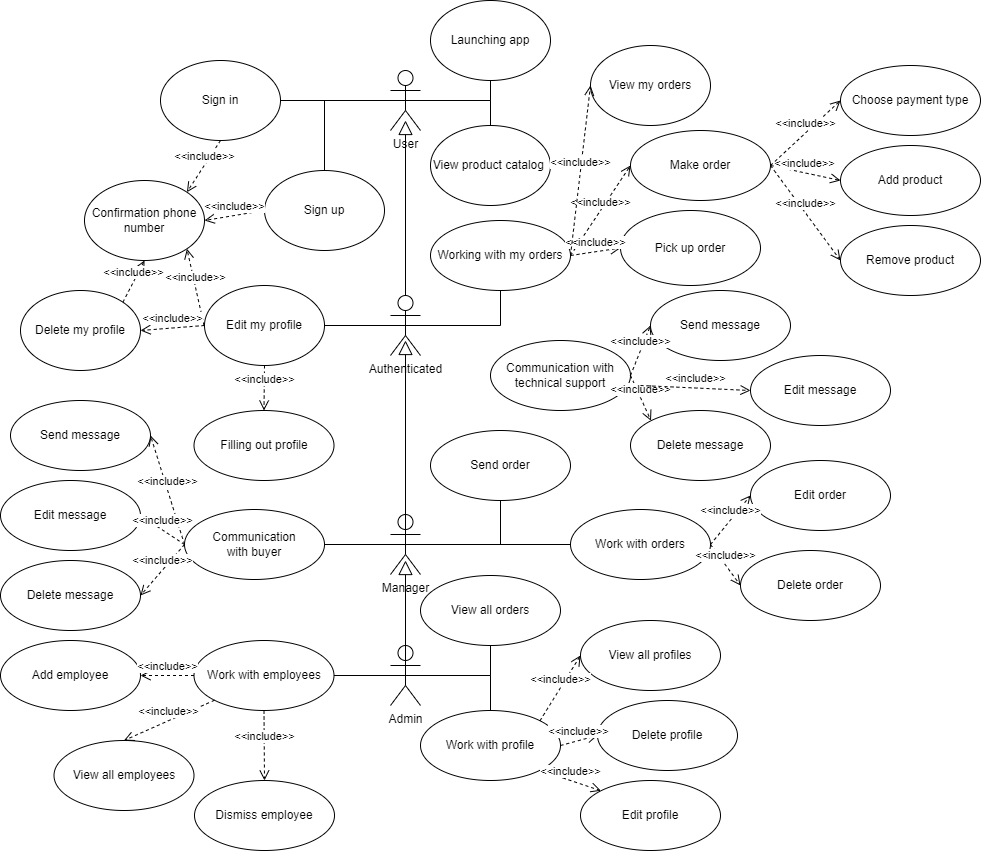
JustKingYT1/demo_app keeps this draw.io diagram as docs/uml/shesterochka.drawio.png. Above is the earlier version. Source tidied: cells renumbered, new cells last; positions are measured from the earlier drawing's top-left corner, leaving out a move shared by most shapes.
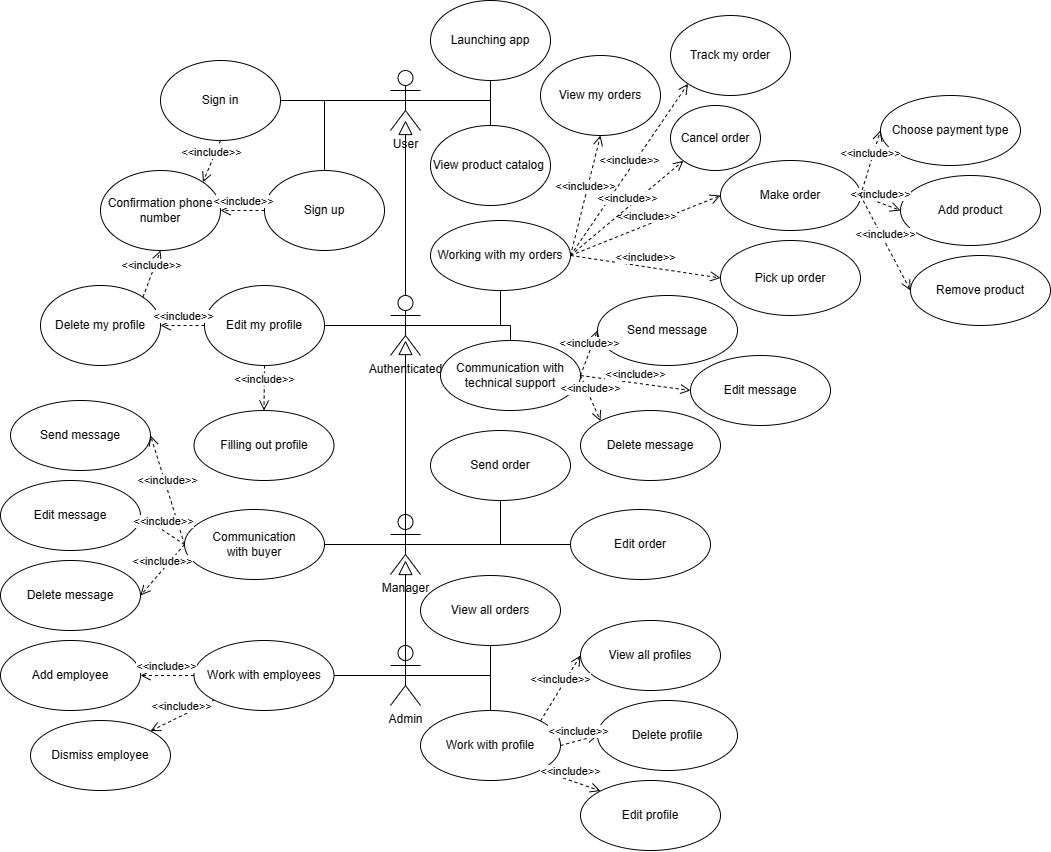
Later version of the same file.

Change to the diagram source:
```diff
@@ -12,7 +12,7 @@
       <mxGeometry x="264" y="170" width="120" height="80" as="geometry" />
     </mxCell>
     <mxCell id="5" value="View my orders" style="ellipse;whiteSpace=wrap;html=1;" parent="1" vertex="1">
-      <mxGeometry x="590" y="45" width="120" height="80" as="geometry" />
+      <mxGeometry x="540" y="55" width="120" height="80" as="geometry" />
     </mxCell>
     <mxCell id="6" value="Launching app" style="ellipse;whiteSpace=wrap;html=1;" parent="1" vertex="1">
       <mxGeometry x="430" width="120" height="80" as="geometry" />
@@ -21,7 +21,7 @@
       <mxGeometry x="204" y="285" width="120" height="80" as="geometry" />
     </mxCell>
     <mxCell id="8" value="Confirmation phone number" style="ellipse;whiteSpace=wrap;html=1;" parent="1" vertex="1">
-      <mxGeometry x="84" y="180" width="120" height="80" as="geometry" />
+      <mxGeometry x="100" y="170" width="120" height="80" as="geometry" />
     </mxCell>
     <mxCell id="9" value="View product catalog&amp;nbsp;" style="ellipse;whiteSpace=wrap;html=1;" parent="1" vertex="1">
       <mxGeometry x="430" y="125" width="120" height="80" as="geometry" />
@@ -36,13 +36,13 @@
       <mxGeometry relative="1" as="geometry" />
     </mxCell>
     <mxCell id="13" value="Make order" style="ellipse;whiteSpace=wrap;html=1;" parent="1" vertex="1">
-      <mxGeometry x="630" y="130" width="140" height="70" as="geometry" />
+      <mxGeometry x="720" y="160" width="140" height="70" as="geometry" />
     </mxCell>
     <mxCell id="14" value="Add product" style="ellipse;whiteSpace=wrap;html=1;" parent="1" vertex="1">
-      <mxGeometry x="840" y="145" width="140" height="70" as="geometry" />
+      <mxGeometry x="900" y="175" width="140" height="70" as="geometry" />
     </mxCell>
     <mxCell id="15" value="Remove product" style="ellipse;whiteSpace=wrap;html=1;" parent="1" vertex="1">
-      <mxGeometry x="840" y="225" width="140" height="70" as="geometry" />
+      <mxGeometry x="910" y="255" width="140" height="70" as="geometry" />
     </mxCell>
     <mxCell id="16" value="&amp;lt;&amp;lt;include&amp;gt;&amp;gt;" style="html=1;verticalAlign=bottom;endArrow=open;dashed=1;endSize=8;curved=0;rounded=0;exitX=1;exitY=0.5;exitDx=0;exitDy=0;entryX=0;entryY=0.5;entryDx=0;entryDy=0;" parent="1" edge="1" source="13" target="14">
       <mxGeometry relative="1" as="geometry" />
@@ -50,11 +50,6 @@
     <mxCell id="17" value="&amp;lt;&amp;lt;include&amp;gt;&amp;gt;" style="html=1;verticalAlign=bottom;endArrow=open;dashed=1;endSize=8;curved=0;rounded=0;exitX=1;exitY=0.5;exitDx=0;exitDy=0;entryX=0;entryY=0.5;entryDx=0;entryDy=0;" parent="1" edge="1" source="13" target="15">
       <mxGeometry relative="1" as="geometry" />
     </mxCell>
-    <mxCell id="18" value="&amp;lt;&amp;lt;include&amp;gt;&amp;gt;" style="html=1;verticalAlign=bottom;endArrow=open;dashed=1;endSize=8;curved=0;rounded=0;exitX=0;exitY=0.5;exitDx=0;exitDy=0;entryX=1;entryY=1;entryDx=0;entryDy=0;" parent="1" edge="1" target="8">
-      <mxGeometry relative="1" as="geometry">
-        <mxPoint x="203.5" y="325" as="sourcePoint" />
-      </mxGeometry>
-    </mxCell>
     <mxCell id="19" value="Filling out profile" style="ellipse;whiteSpace=wrap;html=1;" parent="1" vertex="1">
       <mxGeometry x="193.5" y="410" width="140" height="70" as="geometry" />
     </mxCell>
@@ -62,7 +57,7 @@
       <mxGeometry relative="1" as="geometry" />
     </mxCell>
     <mxCell id="21" value="Choose payment type" style="ellipse;whiteSpace=wrap;html=1;" parent="1" vertex="1">
-      <mxGeometry x="840" y="65" width="140" height="70" as="geometry" />
+      <mxGeometry x="880" y="95" width="140" height="70" as="geometry" />
     </mxCell>
     <mxCell id="22" value="&amp;lt;&amp;lt;include&amp;gt;&amp;gt;" style="html=1;verticalAlign=bottom;endArrow=open;dashed=1;endSize=8;curved=0;rounded=0;entryX=0;entryY=0.5;entryDx=0;entryDy=0;exitX=1;exitY=0.5;exitDx=0;exitDy=0;" parent="1" edge="1" source="13" target="21">
       <mxGeometry relative="1" as="geometry" />
@@ -74,13 +69,13 @@
       <mxGeometry relative="1" as="geometry" />
     </mxCell>
     <mxCell id="25" value="Pick up order" style="ellipse;whiteSpace=wrap;html=1;" parent="1" vertex="1">
-      <mxGeometry x="620" y="210" width="140" height="75" as="geometry" />
+      <mxGeometry x="720" y="240" width="140" height="75" as="geometry" />
     </mxCell>
     <mxCell id="26" value="&amp;lt;&amp;lt;include&amp;gt;&amp;gt;" style="html=1;verticalAlign=bottom;endArrow=open;dashed=1;endSize=8;curved=0;rounded=0;exitX=1;exitY=0.5;exitDx=0;exitDy=0;entryX=0;entryY=0.5;entryDx=0;entryDy=0;" parent="1" edge="1" source="23" target="25">
       <mxGeometry relative="1" as="geometry" />
     </mxCell>
     <mxCell id="27" value="Сommunication with technical support" style="ellipse;whiteSpace=wrap;html=1;" parent="1" vertex="1">
-      <mxGeometry x="490" y="340" width="140" height="70" as="geometry" />
+      <mxGeometry x="440" y="340" width="140" height="70" as="geometry" />
     </mxCell>
     <mxCell id="28" value="Manager" style="shape=umlActor;verticalLabelPosition=bottom;verticalAlign=top;html=1;" parent="1" vertex="1">
       <mxGeometry x="390" y="514" width="30" height="60" as="geometry" />
@@ -89,13 +84,13 @@
       <mxGeometry x="430" y="430" width="140" height="70" as="geometry" />
     </mxCell>
     <mxCell id="30" value="Send message" style="ellipse;whiteSpace=wrap;html=1;" parent="1" vertex="1">
-      <mxGeometry x="650" y="290" width="140" height="70" as="geometry" />
+      <mxGeometry x="597" y="295" width="140" height="70" as="geometry" />
     </mxCell>
     <mxCell id="31" value="&amp;lt;&amp;lt;include&amp;gt;&amp;gt;" style="html=1;verticalAlign=bottom;endArrow=open;dashed=1;endSize=8;curved=0;rounded=0;exitX=1;exitY=0.5;exitDx=0;exitDy=0;entryX=0;entryY=0.5;entryDx=0;entryDy=0;" parent="1" edge="1" source="27" target="30">
       <mxGeometry relative="1" as="geometry" />
     </mxCell>
     <mxCell id="32" value="Delete message" style="ellipse;whiteSpace=wrap;html=1;" parent="1" vertex="1">
-      <mxGeometry x="630" y="410" width="140" height="70" as="geometry" />
+      <mxGeometry x="580" y="410" width="140" height="70" as="geometry" />
     </mxCell>
     <mxCell id="33" value="&amp;lt;&amp;lt;include&amp;gt;&amp;gt;" style="html=1;verticalAlign=bottom;endArrow=open;dashed=1;endSize=8;curved=0;rounded=0;exitX=1;exitY=0.5;exitDx=0;exitDy=0;entryX=0;entryY=0;entryDx=0;entryDy=0;" parent="1" edge="1" source="27" target="32">
       <mxGeometry relative="1" as="geometry" />
@@ -128,34 +123,19 @@
       <mxGeometry y="640" width="140" height="70" as="geometry" />
     </mxCell>
     <mxCell id="43" value="Dismiss employee" style="ellipse;whiteSpace=wrap;html=1;" parent="1" vertex="1">
-      <mxGeometry x="194" y="780" width="140" height="70" as="geometry" />
+      <mxGeometry x="30" y="720" width="140" height="70" as="geometry" />
     </mxCell>
     <mxCell id="44" value="&amp;lt;&amp;lt;include&amp;gt;&amp;gt;" style="html=1;verticalAlign=bottom;endArrow=open;dashed=1;endSize=8;curved=0;rounded=0;exitX=0;exitY=0.5;exitDx=0;exitDy=0;entryX=1;entryY=0.5;entryDx=0;entryDy=0;" parent="1" edge="1" source="41" target="42">
       <mxGeometry relative="1" as="geometry" />
     </mxCell>
-    <mxCell id="45" value="&amp;lt;&amp;lt;include&amp;gt;&amp;gt;" style="html=1;verticalAlign=bottom;endArrow=open;dashed=1;endSize=8;curved=0;rounded=0;exitX=0.5;exitY=1;exitDx=0;exitDy=0;entryX=0.5;entryY=0;entryDx=0;entryDy=0;" parent="1" edge="1" source="41" target="43">
+    <mxCell id="45" value="&amp;lt;&amp;lt;include&amp;gt;&amp;gt;" style="html=1;verticalAlign=bottom;endArrow=open;dashed=1;endSize=8;curved=0;rounded=0;exitX=0;exitY=1;exitDx=0;exitDy=0;entryX=1;entryY=0;entryDx=0;entryDy=0;" parent="1" edge="1" source="41" target="43">
       <mxGeometry relative="1" as="geometry" />
     </mxCell>
-    <mxCell id="46" value="View all employees" style="ellipse;whiteSpace=wrap;html=1;" parent="1" vertex="1">
-      <mxGeometry x="53.5" y="740" width="140" height="70" as="geometry" />
-    </mxCell>
-    <mxCell id="47" value="&amp;lt;&amp;lt;include&amp;gt;&amp;gt;" style="html=1;verticalAlign=bottom;endArrow=open;dashed=1;endSize=8;curved=0;rounded=0;exitX=0;exitY=1;exitDx=0;exitDy=0;entryX=0.5;entryY=0;entryDx=0;entryDy=0;" parent="1" edge="1" source="41" target="46">
-      <mxGeometry relative="1" as="geometry" />
-    </mxCell>
-    <mxCell id="48" value="Delete order" style="ellipse;whiteSpace=wrap;html=1;" parent="1" vertex="1">
-      <mxGeometry x="740" y="550" width="140" height="70" as="geometry" />
-    </mxCell>
-    <mxCell id="49" value="Work with orders" style="ellipse;whiteSpace=wrap;html=1;" parent="1" vertex="1">
-      <mxGeometry x="570" y="509" width="140" height="70" as="geometry" />
-    </mxCell>
-    <mxCell id="50" value="&amp;lt;&amp;lt;include&amp;gt;&amp;gt;" style="html=1;verticalAlign=bottom;endArrow=open;dashed=1;endSize=8;curved=0;rounded=0;exitX=1;exitY=0.5;exitDx=0;exitDy=0;entryX=0;entryY=0.5;entryDx=0;entryDy=0;" parent="1" edge="1" source="49" target="48">
-      <mxGeometry relative="1" as="geometry" />
-    </mxCell>
-    <mxCell id="51" value="&amp;lt;&amp;lt;include&amp;gt;&amp;gt;" style="html=1;verticalAlign=bottom;endArrow=open;dashed=1;endSize=8;curved=0;rounded=0;exitX=1;exitY=0.5;exitDx=0;exitDy=0;entryX=0;entryY=0.5;entryDx=0;entryDy=0;" parent="1" edge="1" source="23" target="5">
+    <mxCell id="51" value="&amp;lt;&amp;lt;include&amp;gt;&amp;gt;" style="html=1;verticalAlign=bottom;endArrow=open;dashed=1;endSize=8;curved=0;rounded=0;exitX=1;exitY=0.5;exitDx=0;exitDy=0;entryX=0.5;entryY=1;entryDx=0;entryDy=0;" parent="1" edge="1" source="23" target="5">
       <mxGeometry relative="1" as="geometry" />
     </mxCell>
     <mxCell id="52" value="Edit order" style="ellipse;whiteSpace=wrap;html=1;" parent="1" vertex="1">
-      <mxGeometry x="750" y="460" width="140" height="70" as="geometry" />
+      <mxGeometry x="570" y="509" width="140" height="70" as="geometry" />
     </mxCell>
     <mxCell id="53" value="Edit message" style="ellipse;whiteSpace=wrap;html=1;" parent="1" vertex="1">
       <mxGeometry y="480" width="140" height="70" as="geometry" />
@@ -163,16 +143,11 @@
     <mxCell id="54" value="&amp;lt;&amp;lt;include&amp;gt;&amp;gt;" style="html=1;verticalAlign=bottom;endArrow=open;dashed=1;endSize=8;curved=0;rounded=0;exitX=0;exitY=0.5;exitDx=0;exitDy=0;entryX=1;entryY=0.5;entryDx=0;entryDy=0;" parent="1" edge="1" source="34" target="53">
       <mxGeometry relative="1" as="geometry" />
     </mxCell>
-    <mxCell id="55" value="&amp;lt;&amp;lt;include&amp;gt;&amp;gt;" style="html=1;verticalAlign=bottom;endArrow=open;dashed=1;endSize=8;curved=0;rounded=0;exitX=1;exitY=0.5;exitDx=0;exitDy=0;entryX=0;entryY=0.5;entryDx=0;entryDy=0;" parent="1" edge="1" source="49" target="52">
-      <mxGeometry relative="1" as="geometry" />
-    </mxCell>
     <mxCell id="56" value="Edit message" style="ellipse;whiteSpace=wrap;html=1;" parent="1" vertex="1">
-      <mxGeometry x="750" y="355" width="140" height="70" as="geometry" />
+      <mxGeometry x="690" y="355" width="140" height="70" as="geometry" />
     </mxCell>
-    <mxCell id="57" value="&amp;lt;&amp;lt;include&amp;gt;&amp;gt;" style="html=1;verticalAlign=bottom;endArrow=open;dashed=1;endSize=8;curved=0;rounded=0;exitX=1;exitY=0.5;exitDx=0;exitDy=0;entryX=0;entryY=0.5;entryDx=0;entryDy=0;" parent="1" edge="1" target="56">
-      <mxGeometry relative="1" as="geometry">
-        <mxPoint x="640" y="385" as="sourcePoint" />
-      </mxGeometry>
+    <mxCell id="57" value="&amp;lt;&amp;lt;include&amp;gt;&amp;gt;" style="html=1;verticalAlign=bottom;endArrow=open;dashed=1;endSize=8;curved=0;rounded=0;exitX=1;exitY=0.5;exitDx=0;exitDy=0;entryX=0;entryY=0.5;entryDx=0;entryDy=0;" parent="1" edge="1" source="27" target="56">
+      <mxGeometry relative="1" as="geometry" />
     </mxCell>
     <mxCell id="58" style="endArrow=none;html=1;rounded=0;exitX=0.5;exitY=0.5;exitDx=0;exitDy=0;exitPerimeter=0;entryX=0.5;entryY=1;entryDx=0;entryDy=0;" parent="1" edge="1" source="2" target="6">
       <mxGeometry relative="1" as="geometry">
@@ -206,7 +181,7 @@
       </mxGeometry>
     </mxCell>
     <mxCell id="63" value="Delete my profile" style="ellipse;whiteSpace=wrap;html=1;" parent="1" vertex="1">
-      <mxGeometry x="20" y="290" width="120" height="80" as="geometry" />
+      <mxGeometry x="40" y="285" width="120" height="80" as="geometry" />
     </mxCell>
     <mxCell id="64" value="&amp;lt;&amp;lt;include&amp;gt;&amp;gt;" style="html=1;verticalAlign=bottom;endArrow=open;dashed=1;endSize=8;curved=0;rounded=0;exitX=0;exitY=0.5;exitDx=0;exitDy=0;entryX=1;entryY=0.5;entryDx=0;entryDy=0;" parent="1" edge="1" source="7" target="63">
       <mxGeometry relative="1" as="geometry" />
@@ -255,7 +230,7 @@
     <mxCell id="76" style="endArrow=none;html=1;rounded=0;exitX=1;exitY=0.5;exitDx=0;exitDy=0;entryX=0.5;entryY=0.5;entryDx=0;entryDy=0;entryPerimeter=0;" parent="1" edge="1" source="41" target="39">
       <mxGeometry relative="1" as="geometry" />
     </mxCell>
-    <mxCell id="77" style="endArrow=none;html=1;rounded=0;exitX=0.5;exitY=0.5;exitDx=0;exitDy=0;exitPerimeter=0;entryX=0;entryY=0.5;entryDx=0;entryDy=0;" parent="1" edge="1" source="28" target="49">
+    <mxCell id="77" style="endArrow=none;html=1;rounded=0;exitX=0.5;exitY=0.5;exitDx=0;exitDy=0;exitPerimeter=0;entryX=0;entryY=0.5;entryDx=0;entryDy=0;" parent="1" edge="1" source="28" target="52">
       <mxGeometry relative="1" as="geometry" />
     </mxCell>
     <mxCell id="78" style="endArrow=none;html=1;rounded=0;exitX=0.5;exitY=0.5;exitDx=0;exitDy=0;exitPerimeter=0;entryX=0.5;entryY=1;entryDx=0;entryDy=0;" parent="1" edge="1" source="28" target="29">
@@ -279,5 +254,24 @@
     <mxCell id="82" style="endArrow=block;dashed=0;endFill=0;endSize=12;html=1;rounded=0;exitX=0.5;exitY=0.5;exitDx=0;exitDy=0;exitPerimeter=0;entryX=0.5;entryY=0.767;entryDx=0;entryDy=0;entryPerimeter=0;" parent="1" edge="1" source="39" target="28">
       <mxGeometry relative="1" as="geometry" />
     </mxCell>
+    <mxCell id="83" value="Track my order" style="ellipse;whiteSpace=wrap;html=1;" parent="1" vertex="1">
+      <mxGeometry x="670" y="15" width="120" height="80" as="geometry" />
+    </mxCell>
+    <mxCell id="84" value="&amp;lt;&amp;lt;include&amp;gt;&amp;gt;" style="html=1;verticalAlign=bottom;endArrow=open;dashed=1;endSize=8;curved=0;rounded=0;exitX=1;exitY=0.5;exitDx=0;exitDy=0;entryX=0;entryY=1;entryDx=0;entryDy=0;" parent="1" edge="1" source="23" target="83">
+      <mxGeometry relative="1" as="geometry" />
+    </mxCell>
+    <mxCell id="85" style="endArrow=none;html=1;rounded=0;exitX=0.5;exitY=0.5;exitDx=0;exitDy=0;exitPerimeter=0;entryX=0.5;entryY=0;entryDx=0;entryDy=0;" parent="1" edge="1" source="10" target="27">
+      <mxGeometry relative="1" as="geometry">
+        <Array as="points">
+          <mxPoint x="510" y="325" />
+        </Array>
+      </mxGeometry>
+    </mxCell>
+    <mxCell id="86" value="Cancel order" style="ellipse;whiteSpace=wrap;html=1;" parent="1" vertex="1">
+      <mxGeometry x="670" y="105" width="90" height="65" as="geometry" />
+    </mxCell>
+    <mxCell id="87" value="&amp;lt;&amp;lt;include&amp;gt;&amp;gt;" style="html=1;verticalAlign=bottom;endArrow=open;dashed=1;endSize=8;curved=0;rounded=0;exitX=1;exitY=0.5;exitDx=0;exitDy=0;entryX=0;entryY=1;entryDx=0;entryDy=0;" parent="1" edge="1" source="23" target="86">
+      <mxGeometry relative="1" as="geometry" />
+    </mxCell>
   </root>
 </mxGraphModel>
```
